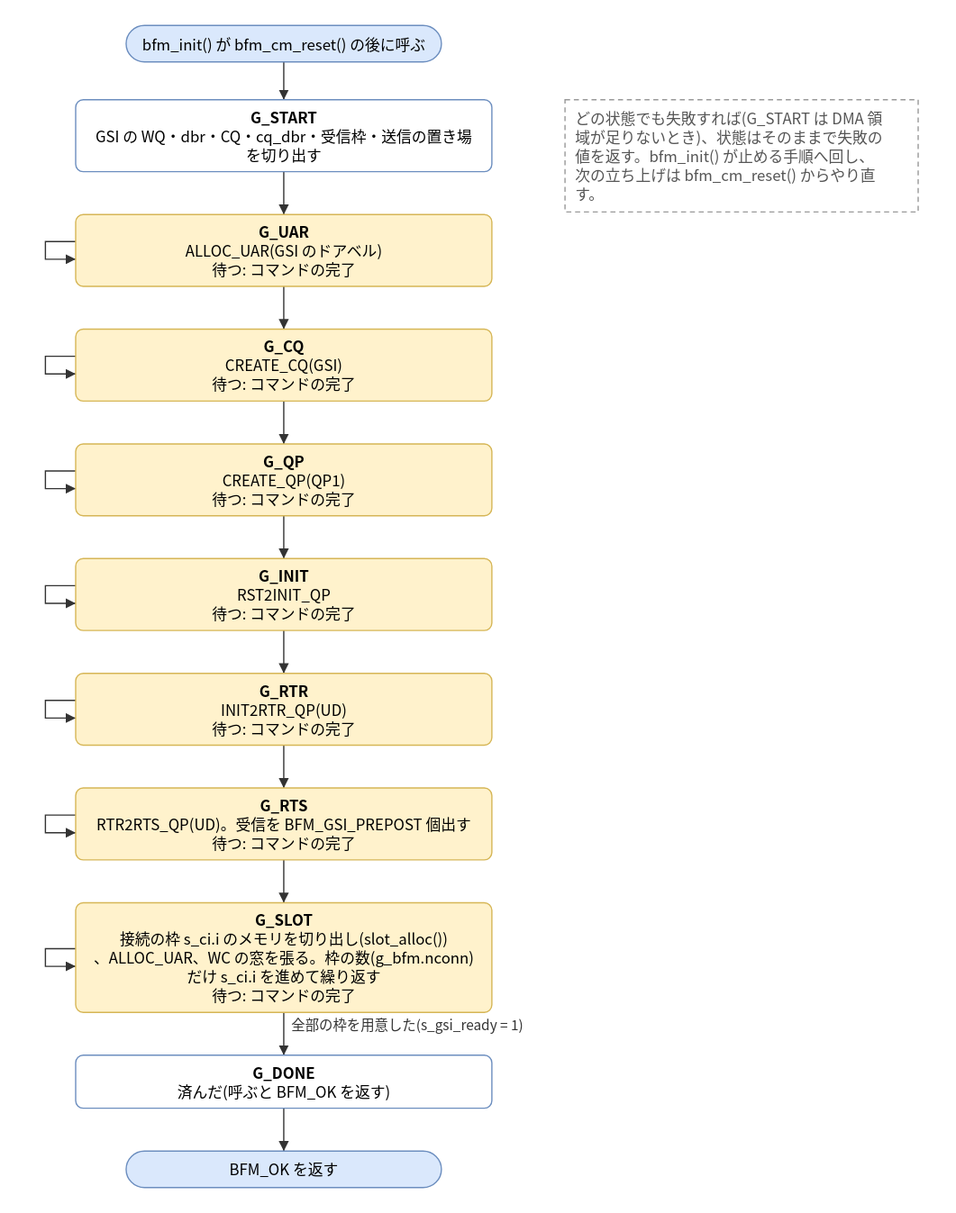
Before: doc/spec/images/state_src_bfm_cm-bfm_cm_init_step.drawio.svg, a diagram exported from draw.io (hf355051012-ai/bfmem). Source tidied: cells renumbered, new cells last; positions are measured from the earlier drawing's top-left corner, leaving out a move shared by most shapes.
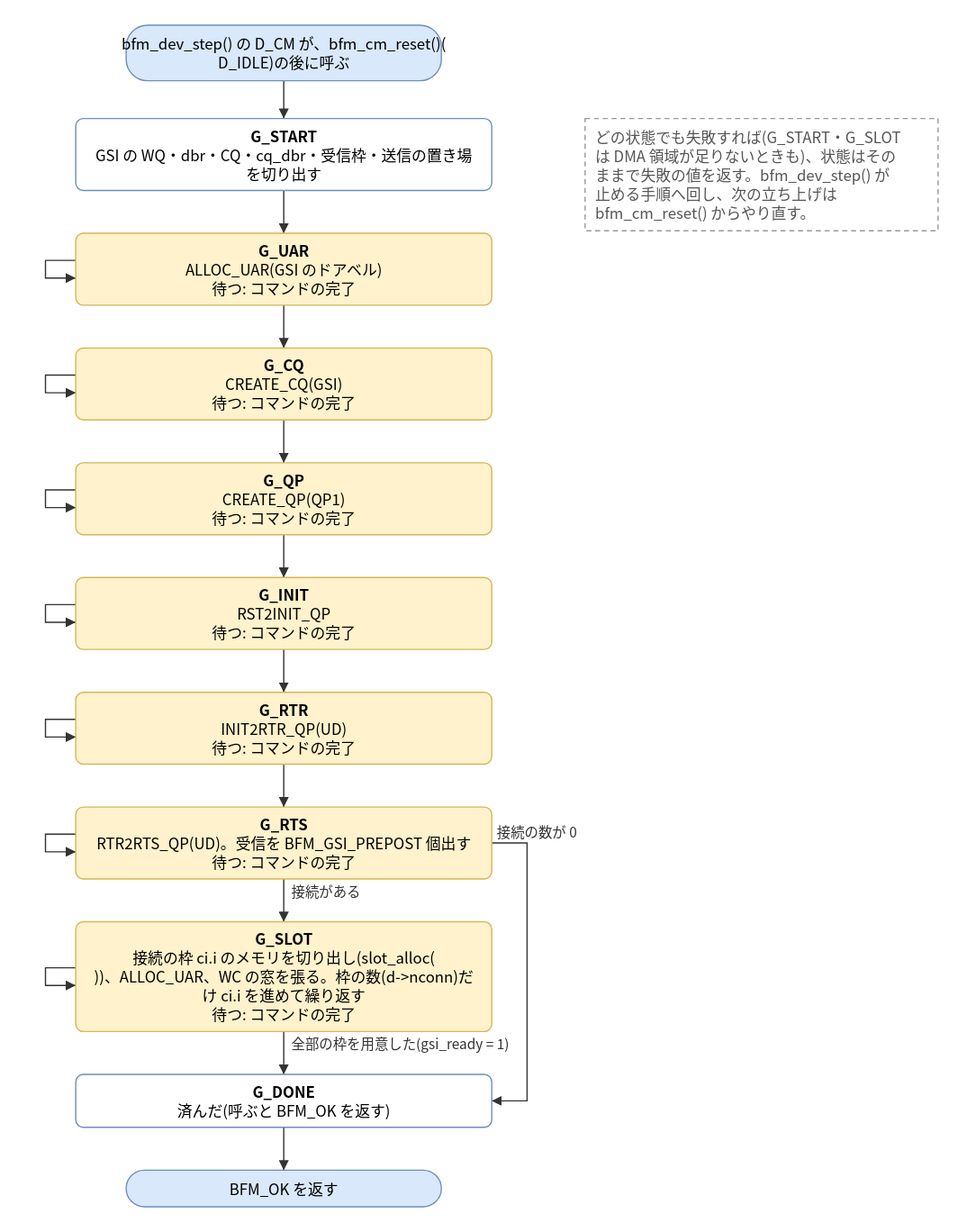
The same file after the commit.

What changed in the source:
```diff
@@ -2,8 +2,8 @@
   <root>
     <mxCell id="0" />
     <mxCell id="1" parent="0" />
-    <mxCell id="2" value="bfm_init() が bfm_cm_reset() の後に呼ぶ" style="rounded=1;arcSize=50;whiteSpace=wrap;html=1;fillColor=#dae8fc;strokeColor=#6c8ebf;" parent="1" vertex="1">
-      <mxGeometry x="64" width="250" height="29" as="geometry" />
+    <mxCell id="2" value="bfm_dev_step() の D_CM が、bfm_cm_reset()(&lt;br&gt;D_IDLE)の後に呼ぶ" style="rounded=1;arcSize=50;whiteSpace=wrap;html=1;fillColor=#dae8fc;strokeColor=#6c8ebf;" parent="1" vertex="1">
+      <mxGeometry x="64" y="-15" width="250" height="44" as="geometry" />
     </mxCell>
     <mxCell id="3" value="G_START&lt;br&gt;GSI の WQ・dbr・CQ・cq_dbr・受信枠・送信の置き場&lt;br&gt;を切り出す" style="rounded=1;whiteSpace=wrap;html=1;fillColor=#ffffff;strokeColor=#6c8ebf;" parent="1" vertex="1">
       <mxGeometry x="24" y="59" width="330" height="57" as="geometry" />
@@ -26,7 +26,7 @@
     <mxCell id="9" value="G_RTS&lt;br&gt;RTR2RTS_QP(UD)。受信を BFM_GSI_PREPOST 個出す&lt;br&gt;待つ: コマンドの完了" style="rounded=1;whiteSpace=wrap;html=1;fillColor=#fff2cc;strokeColor=#d6b656;" parent="1" vertex="1">
       <mxGeometry x="24" y="605" width="330" height="57" as="geometry" />
     </mxCell>
-    <mxCell id="10" value="G_SLOT&lt;br&gt;接続の枠 s_ci.i のメモリを切り出し(slot_alloc())&lt;br&gt;、ALLOC_UAR、WC の窓を張る。枠の数(g_bfm.nconn)&lt;br&gt;だけ s_ci.i を進めて繰り返す&lt;br&gt;待つ: コマンドの完了" style="rounded=1;whiteSpace=wrap;html=1;fillColor=#fff2cc;strokeColor=#d6b656;" parent="1" vertex="1">
+    <mxCell id="10" value="G_SLOT&lt;br&gt;接続の枠 ci.i のメモリを切り出し(slot_alloc(&lt;br&gt;))、ALLOC_UAR、WC の窓を張る。枠の数(d-&amp;gt;nconn)だ&lt;br&gt;け ci.i を進めて繰り返す&lt;br&gt;待つ: コマンドの完了" style="rounded=1;whiteSpace=wrap;html=1;fillColor=#fff2cc;strokeColor=#d6b656;" parent="1" vertex="1">
       <mxGeometry x="24" y="696" width="330" height="87" as="geometry" />
     </mxCell>
     <mxCell id="11" value="G_DONE&lt;br&gt;済んだ(呼ぶと BFM_OK を返す)" style="rounded=1;whiteSpace=wrap;html=1;fillColor=#ffffff;strokeColor=#6c8ebf;" parent="1" vertex="1">
@@ -35,8 +35,8 @@
     <mxCell id="12" value="BFM_OK を返す" style="rounded=1;arcSize=50;whiteSpace=wrap;html=1;fillColor=#dae8fc;strokeColor=#6c8ebf;" parent="1" vertex="1">
       <mxGeometry x="64" y="893" width="250" height="29" as="geometry" />
     </mxCell>
-    <mxCell id="13" value="どの状態でも失敗すれば(G_START は DMA 領&lt;br&gt;域が足りないとき)、状態はそのままで失敗の&lt;br&gt;値を返す。bfm_init() が止める手順へ回し、&lt;br&gt;次の立ち上げは bfm_cm_reset() からやり直&lt;br&gt;す。" style="rounded=0;whiteSpace=wrap;html=1;dashed=1;strokeColor=#999999;fontColor=#555555;align=left;spacingLeft=8;" parent="1" vertex="1">
-      <mxGeometry x="412" y="59" width="280" height="89" as="geometry" />
+    <mxCell id="13" value="どの状態でも失敗すれば(G_START・G_SLOT&lt;br&gt;は DMA 領域が足りないときも)、状態はその&lt;br&gt;ままで失敗の値を返す。bfm_dev_step() が&lt;br&gt;止める手順へ回し、次の立ち上げは&lt;br&gt;bfm_cm_reset() からやり直す。" style="rounded=0;whiteSpace=wrap;html=1;dashed=1;strokeColor=#999999;fontColor=#555555;align=left;spacingLeft=8;" parent="1" vertex="1">
+      <mxGeometry x="428" y="59" width="280" height="89" as="geometry" />
     </mxCell>
     <mxCell id="14" style="edgeStyle=none;html=1;rounded=0;endArrow=block;endFill=1;exitX=0.5000;exitY=1.0000;exitDx=0;exitDy=0;exitPerimeter=0;entryX=0.5000;entryY=0.0000;entryDx=0;entryDy=0;entryPerimeter=0;" parent="1" edge="1" source="2" target="3">
       <mxGeometry relative="1" as="geometry" />
@@ -59,70 +59,78 @@
     <mxCell id="20" style="edgeStyle=none;html=1;rounded=0;endArrow=block;endFill=1;exitX=0.5000;exitY=1.0000;exitDx=0;exitDy=0;exitPerimeter=0;entryX=0.5000;entryY=0.0000;entryDx=0;entryDy=0;entryPerimeter=0;" parent="1" edge="1" source="8" target="9">
       <mxGeometry relative="1" as="geometry" />
     </mxCell>
-    <mxCell id="21" style="edgeStyle=none;html=1;rounded=0;endArrow=block;endFill=1;exitX=0.5000;exitY=1.0000;exitDx=0;exitDy=0;exitPerimeter=0;entryX=0.5000;entryY=0.0000;entryDx=0;entryDy=0;entryPerimeter=0;" parent="1" edge="1" source="9" target="10">
+    <mxCell id="21" value="接続がある" style="edgeStyle=none;html=1;rounded=0;endArrow=block;endFill=1;exitX=0.5000;exitY=1.0000;exitDx=0;exitDy=0;exitPerimeter=0;entryX=0.5000;entryY=0.0000;entryDx=0;entryDy=0;entryPerimeter=0;" parent="1" edge="1" source="9" target="10">
       <mxGeometry relative="1" as="geometry" />
     </mxCell>
-    <mxCell id="22" value="全部の枠を用意した(s_gsi_ready = 1)" style="edgeStyle=none;html=1;rounded=0;endArrow=block;endFill=1;exitX=0.5000;exitY=1.0000;exitDx=0;exitDy=0;exitPerimeter=0;entryX=0.5000;entryY=0.0000;entryDx=0;entryDy=0;entryPerimeter=0;" parent="1" edge="1" source="10" target="11">
+    <mxCell id="22" value="全部の枠を用意した(gsi_ready = 1)" style="edgeStyle=none;html=1;rounded=0;endArrow=block;endFill=1;exitX=0.5000;exitY=1.0000;exitDx=0;exitDy=0;exitPerimeter=0;entryX=0.5000;entryY=0.0000;entryDx=0;entryDy=0;entryPerimeter=0;" parent="1" edge="1" source="10" target="11">
       <mxGeometry relative="1" as="geometry" />
     </mxCell>
     <mxCell id="23" style="edgeStyle=none;html=1;rounded=0;endArrow=block;endFill=1;exitX=0.5000;exitY=1.0000;exitDx=0;exitDy=0;exitPerimeter=0;entryX=0.5000;entryY=0.0000;entryDx=0;entryDy=0;entryPerimeter=0;" parent="1" edge="1" source="11" target="12">
       <mxGeometry relative="1" as="geometry" />
     </mxCell>
-    <mxCell id="24" style="edgeStyle=none;html=1;rounded=0;endArrow=block;endFill=1;exitX=0.0000;exitY=0.3772;exitDx=0;exitDy=0;exitPerimeter=0;entryX=0.0000;entryY=0.6228;entryDx=0;entryDy=0;entryPerimeter=0;" parent="1" edge="1" source="4" target="4">
+    <mxCell id="24" value="接続の数が 0" style="edgeStyle=none;html=1;rounded=0;endArrow=block;endFill=1;exitX=1.0000;exitY=0.5000;exitDx=0;exitDy=0;exitPerimeter=0;entryX=1.0000;entryY=0.5000;entryDx=0;entryDy=0;entryPerimeter=0;" parent="1" edge="1" source="9" target="11">
       <mxGeometry relative="1" as="geometry">
         <Array as="points">
-          <mxPoint y="171.5" />
-          <mxPoint y="185.5" />
+          <mxPoint x="382" y="633.5" />
+          <mxPoint x="382" y="838" />
         </Array>
       </mxGeometry>
     </mxCell>
-    <mxCell id="25" style="edgeStyle=none;html=1;rounded=0;endArrow=block;endFill=1;exitX=0.0000;exitY=0.3772;exitDx=0;exitDy=0;exitPerimeter=0;entryX=0.0000;entryY=0.6228;entryDx=0;entryDy=0;entryPerimeter=0;" parent="1" edge="1" source="5" target="5">
+    <mxCell id="25" style="edgeStyle=none;html=1;rounded=0;endArrow=block;endFill=1;exitX=0.0000;exitY=0.3772;exitDx=0;exitDy=0;exitPerimeter=0;entryX=0.0000;entryY=0.6228;entryDx=0;entryDy=0;entryPerimeter=0;" parent="1" edge="1" source="4" target="4">
       <mxGeometry relative="1" as="geometry">
         <Array as="points">
-          <mxPoint y="262.5" />
-          <mxPoint y="276.5" />
+          <mxPoint y="171.5" />
+          <mxPoint y="185.5" />
         </Array>
       </mxGeometry>
     </mxCell>
-    <mxCell id="26" style="edgeStyle=none;html=1;rounded=0;endArrow=block;endFill=1;exitX=0.0000;exitY=0.3772;exitDx=0;exitDy=0;exitPerimeter=0;entryX=0.0000;entryY=0.6228;entryDx=0;entryDy=0;entryPerimeter=0;" parent="1" edge="1" source="6" target="6">
+    <mxCell id="26" style="edgeStyle=none;html=1;rounded=0;endArrow=block;endFill=1;exitX=0.0000;exitY=0.3772;exitDx=0;exitDy=0;exitPerimeter=0;entryX=0.0000;entryY=0.6228;entryDx=0;entryDy=0;entryPerimeter=0;" parent="1" edge="1" source="5" target="5">
       <mxGeometry relative="1" as="geometry">
         <Array as="points">
-          <mxPoint y="353.5" />
-          <mxPoint y="367.5" />
+          <mxPoint y="262.5" />
+          <mxPoint y="276.5" />
         </Array>
       </mxGeometry>
     </mxCell>
-    <mxCell id="27" style="edgeStyle=none;html=1;rounded=0;endArrow=block;endFill=1;exitX=0.0000;exitY=0.3772;exitDx=0;exitDy=0;exitPerimeter=0;entryX=0.0000;entryY=0.6228;entryDx=0;entryDy=0;entryPerimeter=0;" parent="1" edge="1" source="7" target="7">
+    <mxCell id="27" style="edgeStyle=none;html=1;rounded=0;endArrow=block;endFill=1;exitX=0.0000;exitY=0.3772;exitDx=0;exitDy=0;exitPerimeter=0;entryX=0.0000;entryY=0.6228;entryDx=0;entryDy=0;entryPerimeter=0;" parent="1" edge="1" source="6" target="6">
       <mxGeometry relative="1" as="geometry">
         <Array as="points">
-          <mxPoint y="444.5" />
-          <mxPoint y="458.5" />
+          <mxPoint y="353.5" />
+          <mxPoint y="367.5" />
         </Array>
       </mxGeometry>
     </mxCell>
-    <mxCell id="28" style="edgeStyle=none;html=1;rounded=0;endArrow=block;endFill=1;exitX=0.0000;exitY=0.3772;exitDx=0;exitDy=0;exitPerimeter=0;entryX=0.0000;entryY=0.6228;entryDx=0;entryDy=0;entryPerimeter=0;" parent="1" edge="1" source="8" target="8">
+    <mxCell id="28" style="edgeStyle=none;html=1;rounded=0;endArrow=block;endFill=1;exitX=0.0000;exitY=0.3772;exitDx=0;exitDy=0;exitPerimeter=0;entryX=0.0000;entryY=0.6228;entryDx=0;entryDy=0;entryPerimeter=0;" parent="1" edge="1" source="7" target="7">
       <mxGeometry relative="1" as="geometry">
         <Array as="points">
-          <mxPoint y="535.5" />
-          <mxPoint y="549.5" />
+          <mxPoint y="444.5" />
+          <mxPoint y="458.5" />
         </Array>
       </mxGeometry>
     </mxCell>
-    <mxCell id="29" style="edgeStyle=none;html=1;rounded=0;endArrow=block;endFill=1;exitX=0.0000;exitY=0.3772;exitDx=0;exitDy=0;exitPerimeter=0;entryX=0.0000;entryY=0.6228;entryDx=0;entryDy=0;entryPerimeter=0;" parent="1" edge="1" source="9" target="9">
+    <mxCell id="29" style="edgeStyle=none;html=1;rounded=0;endArrow=block;endFill=1;exitX=0.0000;exitY=0.3772;exitDx=0;exitDy=0;exitPerimeter=0;entryX=0.0000;entryY=0.6228;entryDx=0;entryDy=0;entryPerimeter=0;" parent="1" edge="1" source="8" target="8">
       <mxGeometry relative="1" as="geometry">
         <Array as="points">
-          <mxPoint y="626.5" />
-          <mxPoint y="640.5" />
+          <mxPoint y="535.5" />
+          <mxPoint y="549.5" />
         </Array>
       </mxGeometry>
     </mxCell>
-    <mxCell id="30" style="edgeStyle=none;html=1;rounded=0;endArrow=block;endFill=1;exitX=0.0000;exitY=0.4195;exitDx=0;exitDy=0;exitPerimeter=0;entryX=0.0000;entryY=0.5805;entryDx=0;entryDy=0;entryPerimeter=0;" parent="1" edge="1" source="10" target="10">
+    <mxCell id="30" style="edgeStyle=none;html=1;rounded=0;endArrow=block;endFill=1;exitX=0.0000;exitY=0.3772;exitDx=0;exitDy=0;exitPerimeter=0;entryX=0.0000;entryY=0.6228;entryDx=0;entryDy=0;entryPerimeter=0;" parent="1" edge="1" source="9" target="9">
       <mxGeometry relative="1" as="geometry">
         <Array as="points">
-          <mxPoint y="732.5" />
-          <mxPoint y="746.5" />
+          <mxPoint y="626.5" />
+          <mxPoint y="640.5" />
         </Array>
       </mxGeometry>
     </mxCell>
+    <mxCell id="31" style="edgeStyle=none;html=1;rounded=0;endArrow=block;endFill=1;exitX=0.0000;exitY=0.4195;exitDx=0;exitDy=0;exitPerimeter=0;entryX=0.0000;entryY=0.5805;entryDx=0;entryDy=0;entryPerimeter=0;" parent="1" edge="1" source="10" target="10">
+      <mxGeometry relative="1" as="geometry">
+        <Array as="points">
+          <mxPoint y="732.5" />
+          <mxPoint y="746.5" />
+        </Array>
+      </mxGeometry>
+    </mxCell>
   </root>
 </mxGraphModel>
```
